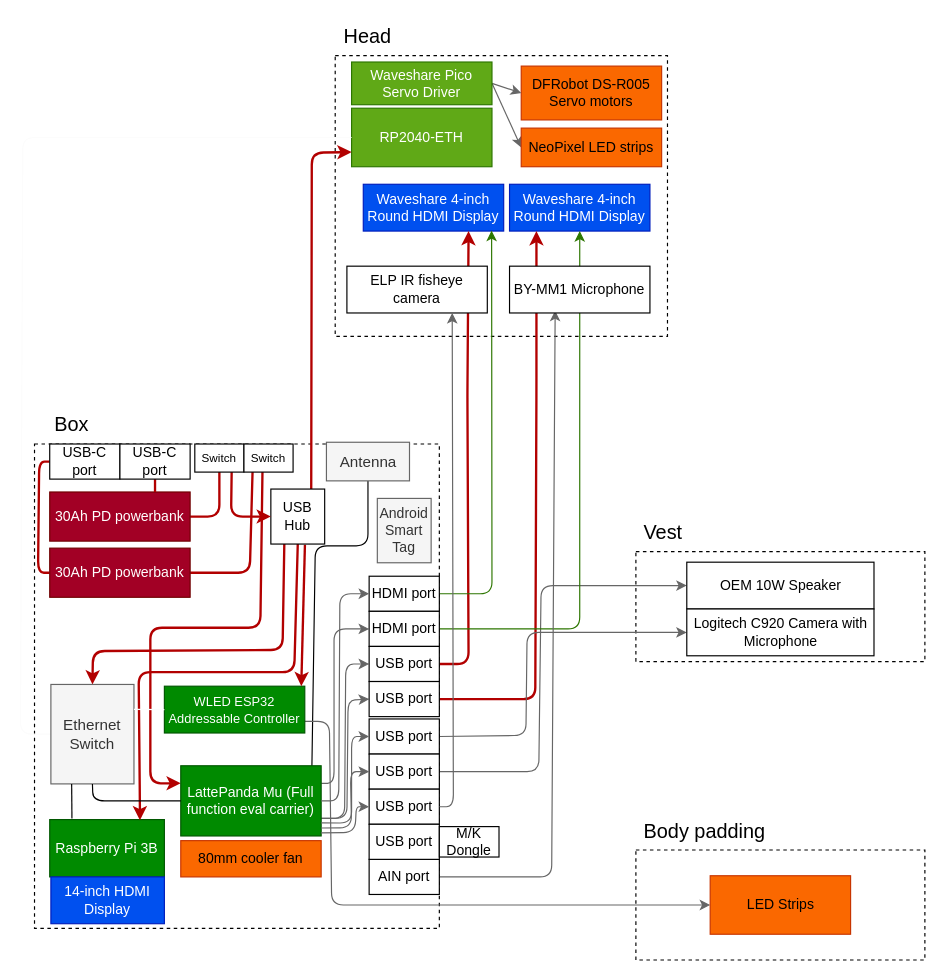
MekhyW/DYNAMO-Electronic-Fursuit-3.0 keeps this draw.io diagram as Planning/Hardware.drawio. Above is the earlier version. Source tidied: cells renumbered, new cells numbered last; positions are measured from the earlier drawing's top-left corner, leaving out a move shared by most shapes. Both pictures are drawn from the tidied source at 117%, with x=0, y=0 at pixel (20, 20).
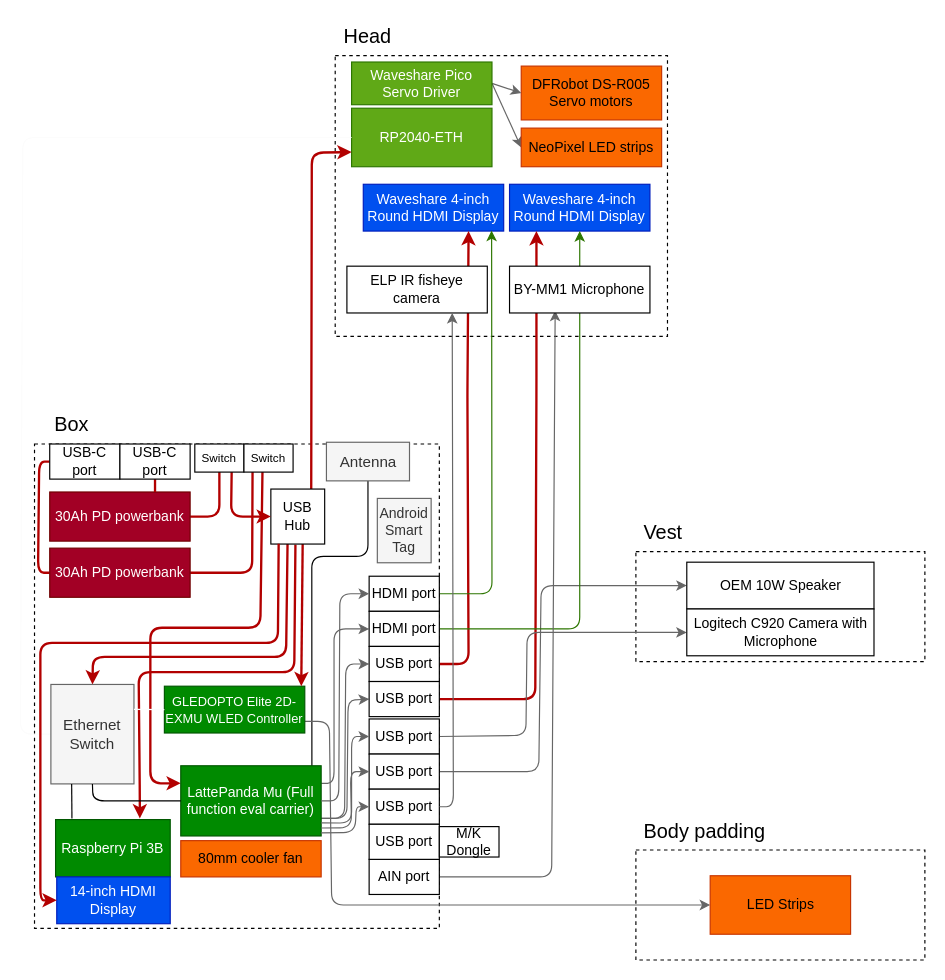
The same diagram, later.

The change refers to these unchanged cells:
```xml
<mxCell id="18" value="LattePanda Mu (Full function eval carrier)" style="rounded=0;whiteSpace=wrap;html=1;fillColor=#008a00;fontColor=#ffffff;strokeColor=#005700;" parent="1" vertex="1">
  <mxGeometry x="137" y="637" width="120" height="60" as="geometry" />
</mxCell>
<mxCell id="48" value="Ethernet Switch" style="whiteSpace=wrap;html=1;labelBackgroundColor=none;fontSize=13;fillColor=#f5f5f5;fontColor=#333333;strokeColor=#666666;" parent="1" vertex="1">
  <mxGeometry x="26" y="567.5" width="71" height="85" as="geometry" />
</mxCell>
<mxCell id="55" value="Antenna" style="whiteSpace=wrap;html=1;labelBackgroundColor=none;fontSize=13;fillColor=#f5f5f5;fontColor=#333333;strokeColor=#666666;" parent="1" vertex="1">
  <mxGeometry x="261.5" y="360.5" width="71" height="33" as="geometry" />
</mxCell>
<mxCell id="63" value="30Ah PD powerbank" style="rounded=0;whiteSpace=wrap;html=1;fillColor=#a20025;fontColor=#ffffff;strokeColor=#6F0000;" parent="1" vertex="1">
  <mxGeometry x="25" y="451" width="120" height="42" as="geometry" />
</mxCell>
<mxCell id="65" value="USB Hub" style="rounded=0;whiteSpace=wrap;html=1;" parent="1" vertex="1">
  <mxGeometry x="214" y="400.5" width="46" height="47" as="geometry" />
</mxCell>
<mxCell id="68" value="&lt;span style=&quot;font-size: 10px;&quot;&gt;Switch&lt;/span&gt;" style="rounded=0;whiteSpace=wrap;html=1;direction=west;" parent="1" vertex="1">
  <mxGeometry x="191" y="362" width="42" height="24" as="geometry" />
</mxCell>
```

What changed in the source:
```diff
@@
     <mxCell id="17" style="edgeStyle=none;html=1;exitX=0.934;exitY=0.015;exitDx=0;exitDy=0;entryX=0.5;entryY=1;entryDx=0;entryDy=0;exitPerimeter=0;endArrow=none;endFill=0;" parent="1" edge="1" source="18" target="55">
       <mxGeometry relative="1" as="geometry">
         <Array as="points">
-          <mxPoint x="252" y="449" />
-          <mxPoint x="297" y="449" />
+          <mxPoint x="249" y="458" />
+          <mxPoint x="297" y="458" />
         </Array>
       </mxGeometry>
     </mxCell>
@@
-    <mxCell id="20" value="&lt;font style=&quot;font-size: 11px;&quot;&gt;WLED ESP32 Addressable Controller&lt;/font&gt;" style="rounded=0;whiteSpace=wrap;html=1;fillColor=#008a00;fontColor=#ffffff;strokeColor=#005700;" parent="1" vertex="1">
+    <mxCell id="20" value="&lt;font style=&quot;font-size: 11px;&quot;&gt;GLEDOPTO Elite 2D-EXMU WLED Controller&lt;/font&gt;" style="rounded=0;whiteSpace=wrap;html=1;fillColor=#008a00;fontColor=#ffffff;strokeColor=#005700;" parent="1" vertex="1">
       <mxGeometry x="123" y="569" width="120" height="40" as="geometry" />
     </mxCell>
@@
-    <mxCell id="41" style="edgeStyle=none;html=1;exitX=0.25;exitY=1;exitDx=0;exitDy=0;entryX=0.5;entryY=0;entryDx=0;entryDy=0;strokeColor=#B20000;fontSize=13;endArrow=classic;endFill=1;fillColor=#a20025;strokeWidth=2;" parent="1" edge="1" source="65" target="48">
+    <mxCell id="41" style="edgeStyle=none;html=1;exitX=0.31;exitY=0.998;exitDx=0;exitDy=0;entryX=0.5;entryY=0;entryDx=0;entryDy=0;strokeColor=#B20000;fontSize=13;endArrow=classic;endFill=1;fillColor=#a20025;strokeWidth=2;exitPerimeter=0;" parent="1" edge="1" source="65" target="48">
       <mxGeometry relative="1" as="geometry">
         <Array as="points">
-          <mxPoint x="224" y="538" />
-          <mxPoint x="62" y="539" />
+          <mxPoint x="227" y="544" />
+          <mxPoint x="62" y="544" />
         </Array>
       </mxGeometry>
     </mxCell>
@@
     <mxCell id="50" value="Raspberry Pi 3B" style="rounded=0;whiteSpace=wrap;html=1;fillColor=#008a00;fontColor=#ffffff;strokeColor=#005700;" parent="1" vertex="1">
-      <mxGeometry x="25" y="683" width="98" height="49" as="geometry" />
+      <mxGeometry x="30" y="683" width="98" height="49" as="geometry" />
     </mxCell>
     <mxCell id="51" value="14-inch HDMI Display" style="rounded=0;whiteSpace=wrap;html=1;fillColor=#0050ef;fontColor=#ffffff;strokeColor=#001DBC;" parent="1" vertex="1">
-      <mxGeometry x="26" y="732" width="97" height="40" as="geometry" />
+      <mxGeometry x="31" y="732" width="97" height="40" as="geometry" />
     </mxCell>
-    <mxCell id="52" style="edgeStyle=none;html=1;exitX=0.5;exitY=1;exitDx=0;exitDy=0;startArrow=none;fillColor=#e51400;strokeColor=#B20000;strokeWidth=2;entryX=0.787;entryY=0.012;entryDx=0;entryDy=0;entryPerimeter=0;" parent="1" edge="1" source="65" target="50">
+    <mxCell id="52" style="edgeStyle=none;html=1;startArrow=none;fillColor=#e51400;strokeColor=#B20000;strokeWidth=2;" parent="1" edge="1">
       <mxGeometry relative="1" as="geometry">
+        <mxPoint x="235" y="448" as="sourcePoint" />
+        <mxPoint x="102" y="682" as="targetPoint" />
         <Array as="points">
           <mxPoint x="234" y="557" />
           <mxPoint x="101" y="557" />
           <mxPoint x="102" y="663" />
         </Array>
       </mxGeometry>
     </mxCell>
@@
     <mxCell id="61" style="edgeStyle=none;html=1;exitX=1;exitY=0.5;exitDx=0;exitDy=0;entryX=0.825;entryY=0.004;entryDx=0;entryDy=0;strokeColor=#B20000;strokeWidth=2;fontSize=10;endArrow=none;endFill=0;entryPerimeter=0;" parent="1" edge="1" source="63" target="68">
       <mxGeometry relative="1" as="geometry">
         <Array as="points">
-          <mxPoint x="196" y="472" />
+          <mxPoint x="198" y="472" />
         </Array>
       </mxGeometry>
     </mxCell>
@@
-    <mxCell id="64" style="edgeStyle=none;html=1;exitX=0.633;exitY=1.012;exitDx=0;exitDy=0;strokeColor=#B20000;strokeWidth=2;entryX=0.975;entryY=0;entryDx=0;entryDy=0;entryPerimeter=0;exitPerimeter=0;" parent="1" edge="1" source="65" target="20">
+    <mxCell id="64" style="edgeStyle=none;html=1;exitX=0.591;exitY=0.999;exitDx=0;exitDy=0;strokeColor=#B20000;strokeWidth=2;entryX=0.975;entryY=0;entryDx=0;entryDy=0;entryPerimeter=0;exitPerimeter=0;" parent="1" edge="1" source="65" target="20">
       <mxGeometry relative="1" as="geometry" />
     </mxCell>
@@
+    <mxCell id="79" style="edgeStyle=none;html=1;exitX=0.145;exitY=0.994;exitDx=0;exitDy=0;entryX=0;entryY=0.5;entryDx=0;entryDy=0;strokeColor=#B20000;fontSize=13;endArrow=classic;endFill=1;fillColor=#a20025;strokeWidth=2;exitPerimeter=0;" parent="1" edge="1" source="65" target="51">
+      <mxGeometry relative="1" as="geometry">
+        <Array as="points">
+          <mxPoint x="220" y="532" />
+          <mxPoint x="17" y="532" />
+          <mxPoint x="17" y="752" />
+        </Array>
+      </mxGeometry>
+    </mxCell>
```
